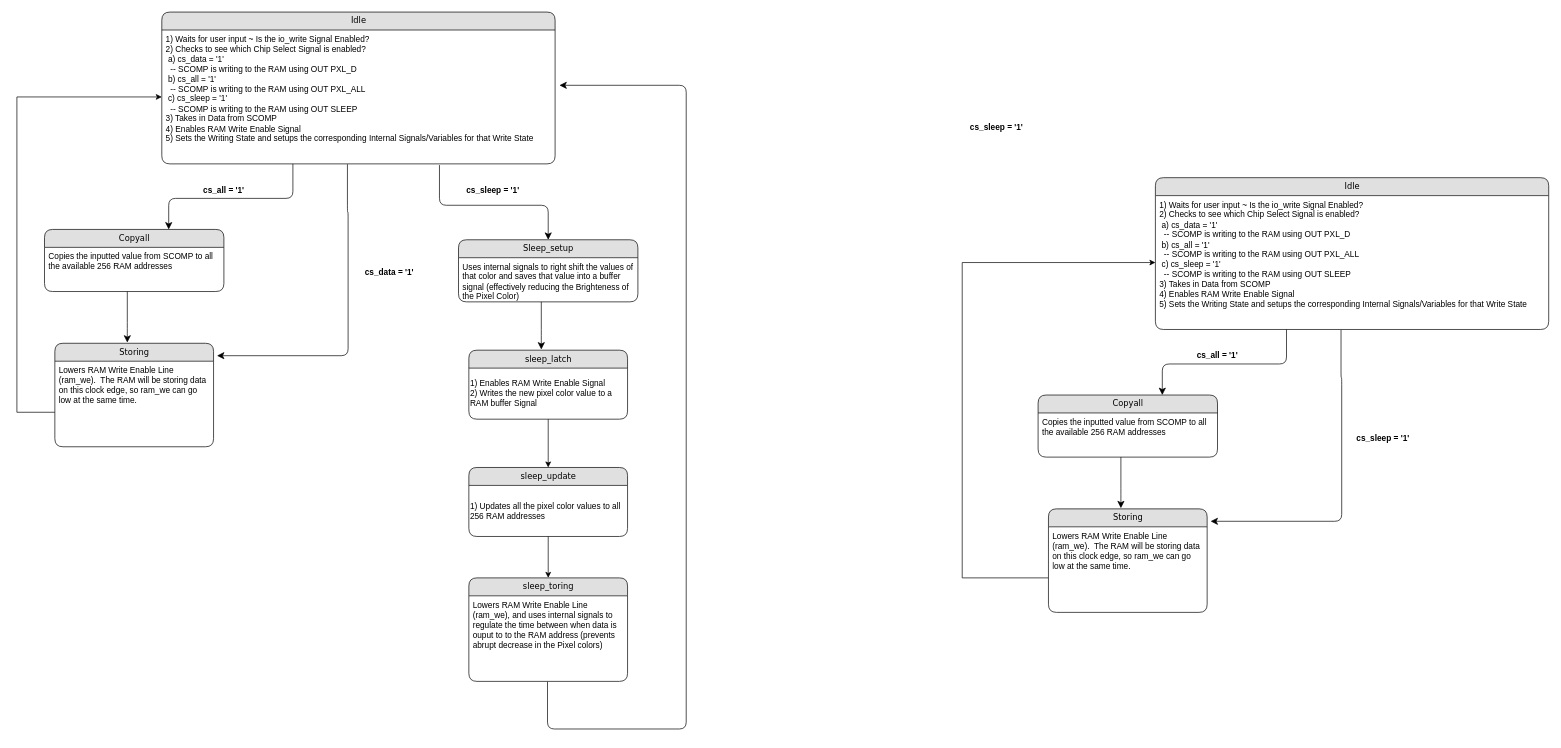
The draw.io diagram flowchart Diagram.drawio in BellLabsEra/ECE_2031_SimpleComputerPeripheralProject_Spring2022, before the edit. Source tidied: cells renumbered, new cells numbered last; positions are measured from the earlier drawing's top-left corner, leaving out a move shared by most shapes. Both pictures are drawn from the tidied source at 69%, with x=0, y=0 at pixel (17, 12).
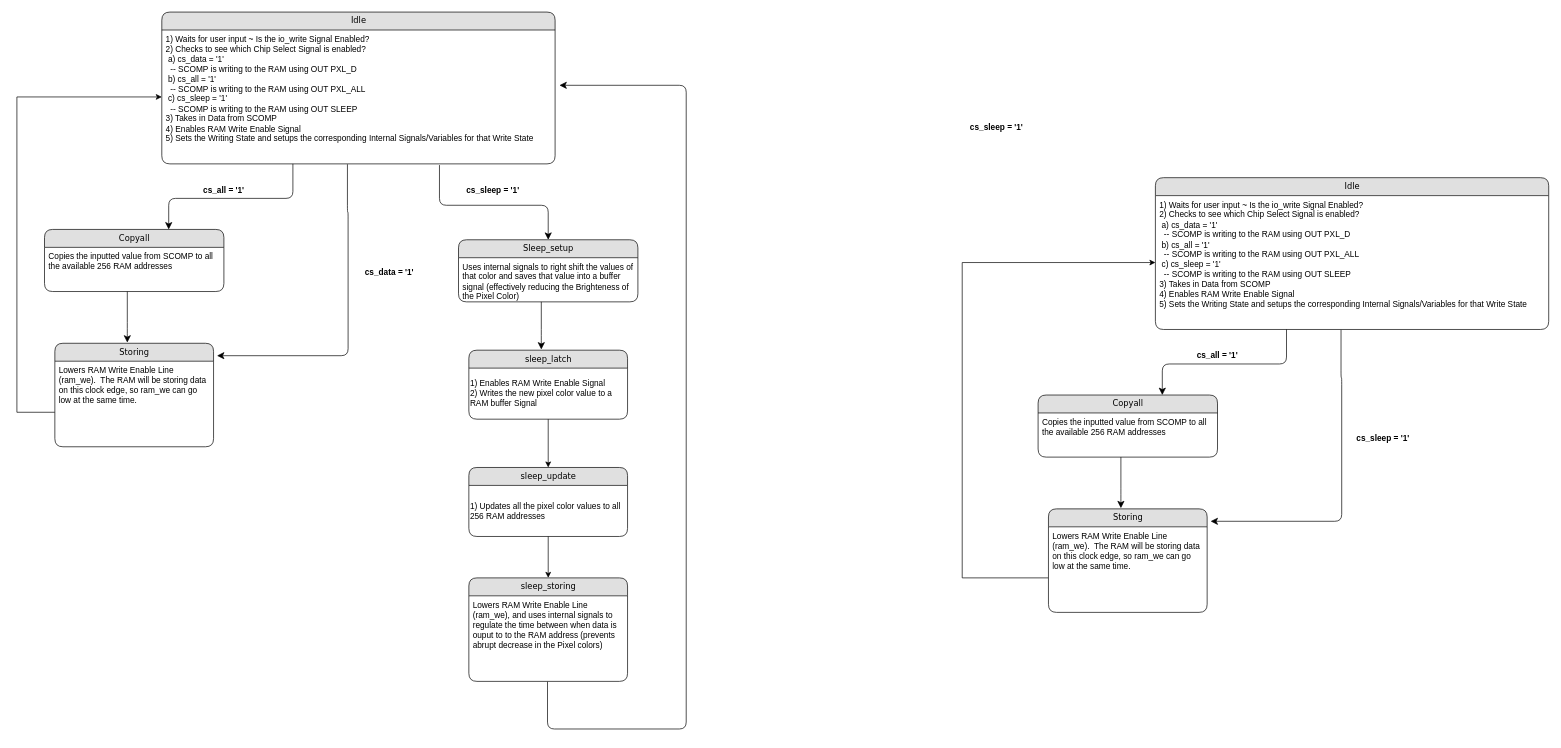
Above is the later version.

Change to the diagram source:
```diff
@@
-    <mxCell id="38" value="sleep_toring" style="swimlane;html=1;fontStyle=0;horizontal=1;startSize=26;fillColor=#e0e0e0;swimlaneFillColor=#ffffff;align=center;rounded=1;shadow=0;comic=0;labelBackgroundColor=none;strokeWidth=1;fontFamily=Verdana;fontSize=12;" parent="1" vertex="1">
+    <mxCell id="38" value="sleep_storing" style="swimlane;html=1;fontStyle=0;horizontal=1;startSize=26;fillColor=#e0e0e0;swimlaneFillColor=#ffffff;align=center;rounded=1;shadow=0;comic=0;labelBackgroundColor=none;strokeWidth=1;fontFamily=Verdana;fontSize=12;" parent="1" vertex="1">
       <mxGeometry x="655" y="820" width="230" height="150" as="geometry" />
     </mxCell>
```
